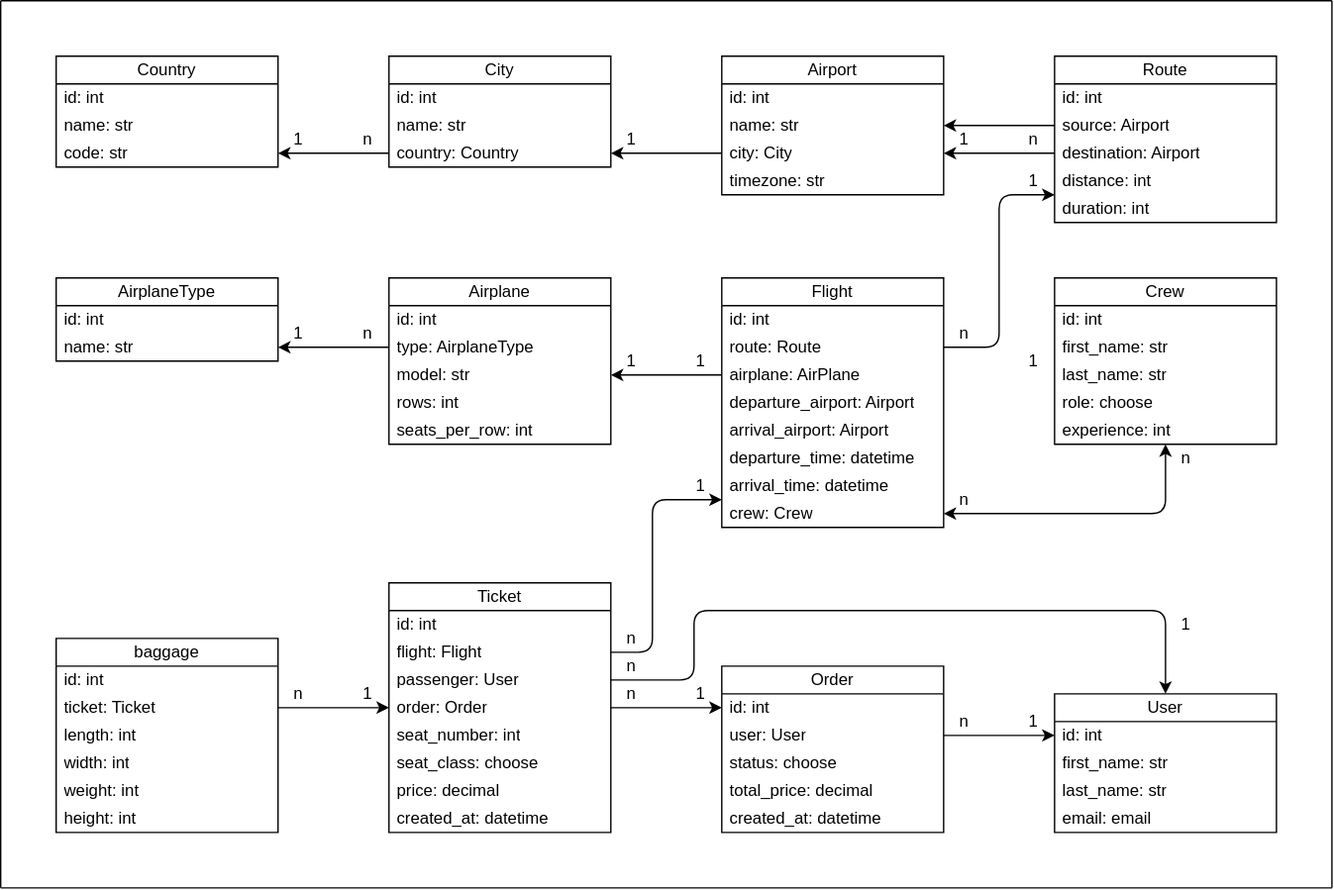
Earlier version of the draw.io export model_structure.svg (SSSSSADO/airport-drf-api-service). Source tidied: cells renumbered, new cells last; positions are measured from the earlier drawing's top-left corner, leaving out a move shared by most shapes.
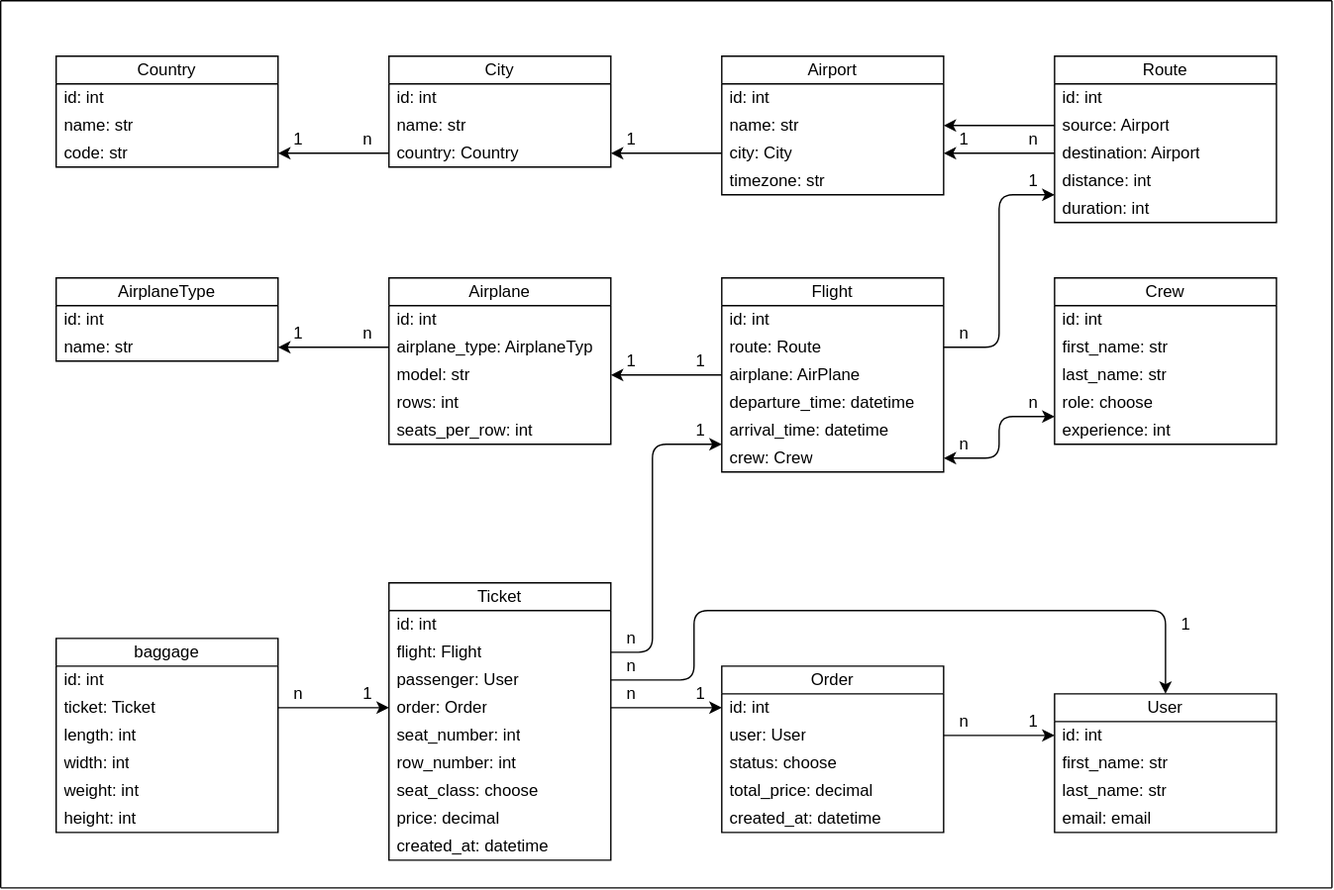
After the change.

Commit message:
Add base models.py for airport & user apps

What changed in the source:
```diff
@@ -77,7 +77,7 @@
     <mxCell id="26" value="id: int" style="text;strokeColor=none;fillColor=none;align=left;verticalAlign=middle;spacingLeft=4;spacingRight=4;overflow=hidden;whiteSpace=wrap;html=1;" parent="25" vertex="1">
       <mxGeometry y="20" width="160" height="20" as="geometry" />
     </mxCell>
-    <mxCell id="27" value="type: AirplaneType" style="text;strokeColor=none;fillColor=none;align=left;verticalAlign=middle;spacingLeft=4;spacingRight=4;overflow=hidden;points=[[0,0.5],[1,0.5]];portConstraint=eastwest;whiteSpace=wrap;html=1;" parent="25" vertex="1">
+    <mxCell id="27" value="airplane_type: AirplaneTyp" style="text;strokeColor=none;fillColor=none;align=left;verticalAlign=middle;spacingLeft=4;spacingRight=4;overflow=hidden;points=[[0,0.5],[1,0.5]];portConstraint=eastwest;whiteSpace=wrap;html=1;" parent="25" vertex="1">
       <mxGeometry y="40" width="160" height="20" as="geometry" />
     </mxCell>
     <mxCell id="28" value="model: str" style="text;strokeColor=none;fillColor=none;align=left;verticalAlign=middle;spacingLeft=4;spacingRight=4;overflow=hidden;points=[[0,0.5],[1,0.5]];portConstraint=eastwest;whiteSpace=wrap;html=1;" parent="25" vertex="1">
@@ -108,7 +108,7 @@
       <mxGeometry y="100" width="160" height="20" as="geometry" />
     </mxCell>
     <mxCell id="37" value="Flight" style="swimlane;fontStyle=0;horizontal=1;startSize=20;whiteSpace=wrap;html=1;" parent="1" vertex="1">
-      <mxGeometry x="520" y="200" width="160" height="180" as="geometry" />
+      <mxGeometry x="520" y="200" width="160" height="140" as="geometry" />
     </mxCell>
     <mxCell id="38" value="id: int" style="text;strokeColor=none;fillColor=none;align=left;verticalAlign=middle;spacingLeft=4;spacingRight=4;overflow=hidden;whiteSpace=wrap;html=1;" parent="37" vertex="1">
       <mxGeometry y="20" width="160" height="20" as="geometry" />
@@ -119,20 +119,14 @@
     <mxCell id="40" value="airplane: AirPlane" style="text;strokeColor=none;fillColor=none;align=left;verticalAlign=middle;spacingLeft=4;spacingRight=4;overflow=hidden;points=[[0,0.5],[1,0.5]];portConstraint=eastwest;whiteSpace=wrap;html=1;" parent="37" vertex="1">
       <mxGeometry y="60" width="160" height="20" as="geometry" />
     </mxCell>
-    <mxCell id="41" value="departure_airport: Airport" style="text;strokeColor=none;fillColor=none;align=left;verticalAlign=middle;spacingLeft=4;spacingRight=4;overflow=hidden;whiteSpace=wrap;html=1;" parent="37" vertex="1">
-      <mxGeometry y="80" width="160" height="20" as="geometry" />
-    </mxCell>
-    <mxCell id="42" value="arrival_airport: Airport" style="text;strokeColor=none;fillColor=none;align=left;verticalAlign=middle;spacingLeft=4;spacingRight=4;overflow=hidden;whiteSpace=wrap;html=1;" parent="37" vertex="1">
-      <mxGeometry y="100" width="160" height="20" as="geometry" />
-    </mxCell>
     <mxCell id="43" value="departure_time: datetime" style="text;strokeColor=none;fillColor=none;align=left;verticalAlign=middle;spacingLeft=4;spacingRight=4;overflow=hidden;whiteSpace=wrap;html=1;" parent="37" vertex="1">
-      <mxGeometry y="120" width="160" height="20" as="geometry" />
+      <mxGeometry y="80" width="160" height="20" as="geometry" />
     </mxCell>
     <mxCell id="44" value="arrival_time: datetime" style="text;strokeColor=none;fillColor=none;align=left;verticalAlign=middle;spacingLeft=4;spacingRight=4;overflow=hidden;whiteSpace=wrap;html=1;" parent="37" vertex="1">
-      <mxGeometry y="140" width="160" height="20" as="geometry" />
+      <mxGeometry y="100" width="160" height="20" as="geometry" />
     </mxCell>
     <mxCell id="45" value="crew: Crew" style="text;strokeColor=none;fillColor=none;align=left;verticalAlign=middle;spacingLeft=4;spacingRight=4;overflow=hidden;points=[[0,0.5],[1,0.5]];portConstraint=eastwest;whiteSpace=wrap;html=1;" parent="37" vertex="1">
-      <mxGeometry y="160" width="160" height="20" as="geometry" />
+      <mxGeometry y="120" width="160" height="20" as="geometry" />
     </mxCell>
     <object id="46" label="n" name="Variable" placeholders="1">
       <mxCell style="text;html=1;strokeColor=none;fillColor=none;align=center;verticalAlign=middle;whiteSpace=wrap;overflow=hidden;" parent="1" vertex="1">
@@ -169,7 +163,7 @@
       <mxGeometry relative="1" as="geometry" />
     </mxCell>
     <mxCell id="54" value="Ticket" style="swimlane;fontStyle=0;horizontal=1;startSize=20;whiteSpace=wrap;html=1;" parent="1" vertex="1">
-      <mxGeometry x="280" y="420" width="160" height="180" as="geometry" />
+      <mxGeometry x="280" y="420" width="160" height="200" as="geometry" />
     </mxCell>
     <mxCell id="55" value="id: int" style="text;strokeColor=none;fillColor=none;align=left;verticalAlign=middle;spacingLeft=4;spacingRight=4;overflow=hidden;whiteSpace=wrap;html=1;" parent="54" vertex="1">
       <mxGeometry y="20" width="160" height="20" as="geometry" />
@@ -186,14 +180,17 @@
     <mxCell id="59" value="seat_number: int" style="text;strokeColor=none;fillColor=none;align=left;verticalAlign=middle;spacingLeft=4;spacingRight=4;overflow=hidden;whiteSpace=wrap;html=1;" parent="54" vertex="1">
       <mxGeometry y="100" width="160" height="20" as="geometry" />
     </mxCell>
+    <mxCell id="113" value="row_number: int" style="text;strokeColor=none;fillColor=none;align=left;verticalAlign=middle;spacingLeft=4;spacingRight=4;overflow=hidden;whiteSpace=wrap;html=1;" parent="54" vertex="1">
+      <mxGeometry y="120" width="160" height="20" as="geometry" />
+    </mxCell>
     <mxCell id="60" value="seat_class: choose" style="text;strokeColor=none;fillColor=none;align=left;verticalAlign=middle;spacingLeft=4;spacingRight=4;overflow=hidden;whiteSpace=wrap;html=1;" parent="54" vertex="1">
-      <mxGeometry y="120" width="160" height="20" as="geometry" />
+      <mxGeometry y="140" width="160" height="20" as="geometry" />
     </mxCell>
     <mxCell id="61" value="price: decimal" style="text;strokeColor=none;fillColor=none;align=left;verticalAlign=middle;spacingLeft=4;spacingRight=4;overflow=hidden;whiteSpace=wrap;html=1;" parent="54" vertex="1">
-      <mxGeometry y="140" width="160" height="20" as="geometry" />
+      <mxGeometry y="160" width="160" height="20" as="geometry" />
     </mxCell>
     <mxCell id="62" value="created_at: datetime" style="text;strokeColor=none;fillColor=none;align=left;verticalAlign=middle;spacingLeft=4;spacingRight=4;overflow=hidden;whiteSpace=wrap;html=1;" parent="54" vertex="1">
-      <mxGeometry y="160" width="160" height="20" as="geometry" />
+      <mxGeometry y="180" width="160" height="20" as="geometry" />
     </mxCell>
     <mxCell id="63" value="Order" style="swimlane;fontStyle=0;horizontal=1;startSize=20;whiteSpace=wrap;html=1;" parent="1" vertex="1">
       <mxGeometry x="520" y="480" width="160" height="120" as="geometry" />
@@ -286,11 +283,6 @@
         <mxGeometry x="500" y="250" width="10" height="20" as="geometry" />
       </mxCell>
     </object>
-    <object id="89" label="1" name="Variable" placeholders="1">
-      <mxCell style="text;html=1;strokeColor=none;fillColor=none;align=center;verticalAlign=middle;whiteSpace=wrap;overflow=hidden;" parent="1" vertex="1">
-        <mxGeometry x="740" y="250" width="10" height="20" as="geometry" />
-      </mxCell>
-    </object>
     <object id="90" label="n" name="Variable" placeholders="1">
       <mxCell style="text;html=1;strokeColor=none;fillColor=none;align=center;verticalAlign=middle;whiteSpace=wrap;overflow=hidden;" parent="1" vertex="1">
         <mxGeometry x="690" y="230" width="10" height="20" as="geometry" />
@@ -344,7 +336,7 @@
       <mxGeometry relative="1" as="geometry">
         <Array as="points">
           <mxPoint x="470" y="470" />
-          <mxPoint x="470" y="360" />
+          <mxPoint x="470" y="320" />
         </Array>
       </mxGeometry>
     </mxCell>
@@ -385,25 +377,25 @@
     </object>
     <object id="107" label="1" name="Variable" placeholders="1">
       <mxCell style="text;html=1;strokeColor=none;fillColor=none;align=center;verticalAlign=middle;whiteSpace=wrap;overflow=hidden;" parent="1" vertex="1">
-        <mxGeometry x="500" y="340" width="10" height="20" as="geometry" />
+        <mxGeometry x="500" y="300" width="10" height="20" as="geometry" />
       </mxCell>
     </object>
-    <mxCell id="108" style="endArrow=classic;startArrow=classic;html=1;entryX=0.5;entryY=1;entryDx=0;entryDy=0;entryPerimeter=0;" parent="1" edge="1" target="36">
+    <mxCell id="108" style="endArrow=classic;startArrow=classic;html=1;entryX=0;entryY=0;entryDx=0;entryDy=0;entryPerimeter=0;exitX=1;exitY=0.5;exitDx=0;exitDy=0;" parent="1" edge="1" source="45" target="36">
       <mxGeometry relative="1" as="geometry">
-        <mxPoint x="680" y="370" as="sourcePoint" />
         <Array as="points">
-          <mxPoint x="840" y="370" />
+          <mxPoint x="720" y="330" />
+          <mxPoint x="720" y="300" />
         </Array>
       </mxGeometry>
     </mxCell>
     <object id="109" label="n" name="Variable" placeholders="1">
       <mxCell style="text;html=1;strokeColor=none;fillColor=none;align=center;verticalAlign=middle;whiteSpace=wrap;overflow=hidden;" parent="1" vertex="1">
-        <mxGeometry x="690" y="350" width="10" height="20" as="geometry" />
+        <mxGeometry x="690" y="310" width="10" height="20" as="geometry" />
       </mxCell>
     </object>
     <object id="110" label="n" name="Variable" placeholders="1">
       <mxCell style="text;html=1;strokeColor=none;fillColor=none;align=center;verticalAlign=middle;whiteSpace=wrap;overflow=hidden;" parent="1" vertex="1">
-        <mxGeometry x="850" y="320" width="10" height="20" as="geometry" />
+        <mxGeometry x="740" y="280" width="10" height="20" as="geometry" />
       </mxCell>
     </object>
     <object id="111" label="n" name="Variable" placeholders="1">
```
